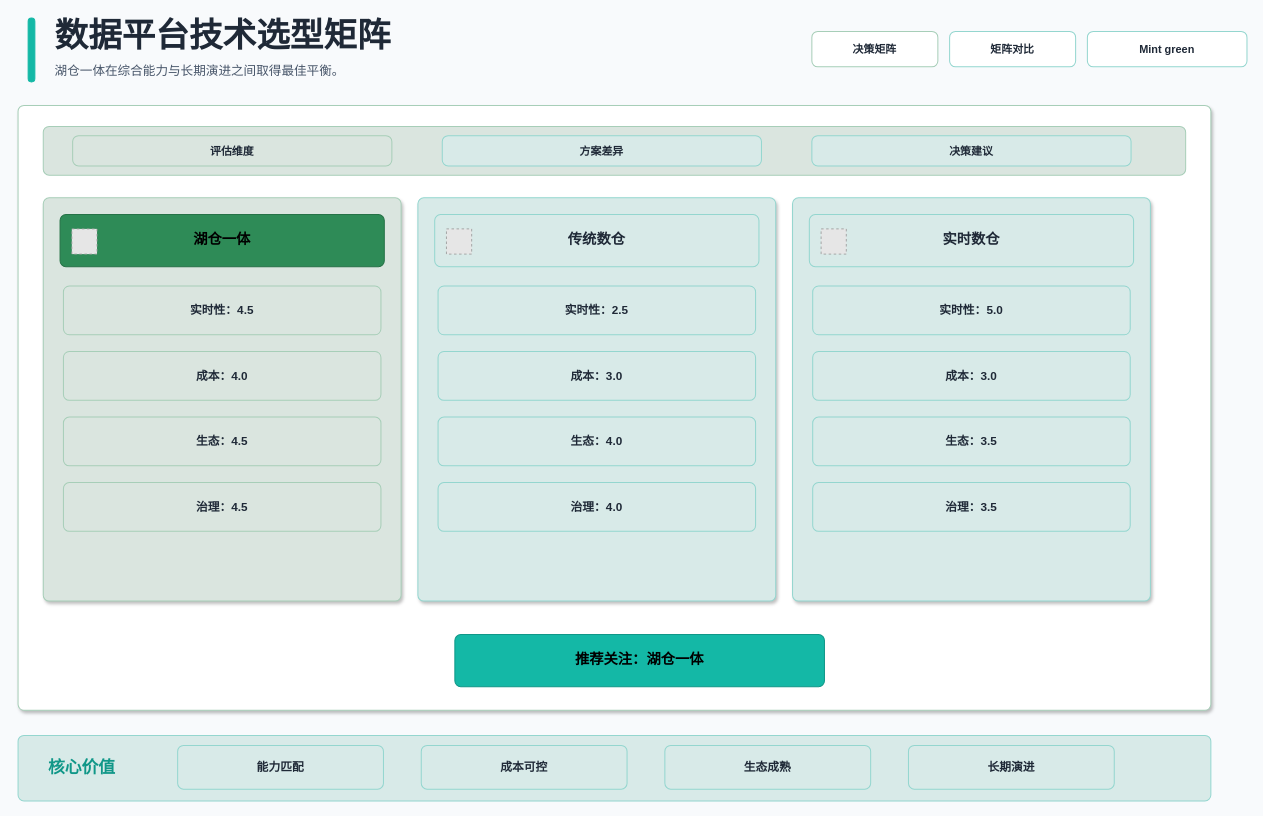
BeWaterMyFriend7/SKILL-PROJECT keeps this draw.io diagram as docs/xml-diagram/drawio/decision-matrix-mint-green-light-enterprise.drawio. Above is the earlier version. Source tidied: cells renumbered, new cells numbered last; positions are measured from the earlier drawing's top-left corner, leaving out a move shared by most shapes. Both pictures are drawn from the tidied source at 84%, with x=0, y=0 at pixel (18, 14). Pictures stored in the file or linked from it are replaced by grey dashed boxes.
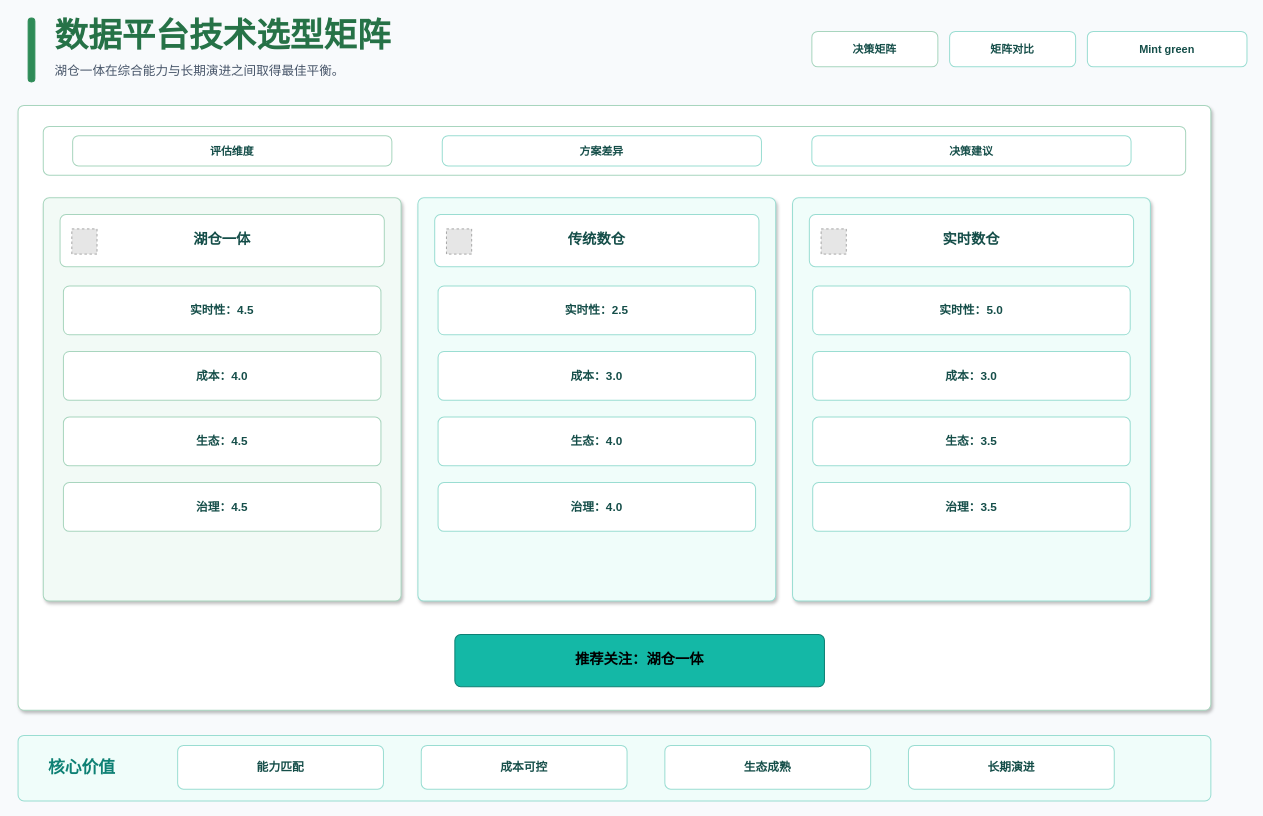
After the change.

The edit, as a diff of the source:
```diff
@@
-    <mxCell id="2" style="rounded=1;absoluteArcSize=1;arcSize=14;whiteSpace=wrap;html=1;fillColor=#14B8A6;strokeColor=#14B8A6;strokeWidth=1.2;fontColor=#000000;fontSize=12;fontFamily=Microsoft YaHei;align=center;verticalAlign=middle;" parent="1" vertex="1">
+    <mxCell id="2" style="rounded=1;absoluteArcSize=1;arcSize=14;whiteSpace=wrap;html=1;fillColor=#2E8B57;strokeColor=#2E8B57;strokeWidth=1.2;fontColor=#000000;fontSize=12;fontFamily=Microsoft YaHei;align=center;verticalAlign=middle;" parent="1" vertex="1">
       <mxGeometry x="12" y="4" width="8" height="76" as="geometry" />
     </mxCell>
-    <mxCell id="3" value="数据平台技术选型矩阵" style="rounded=1;absoluteArcSize=1;arcSize=14;whiteSpace=wrap;html=1;fillColor=none;strokeColor=none;strokeWidth=1.2;fontColor=#1F2937;fontSize=40;fontFamily=Microsoft YaHei;align=left;verticalAlign=middle;fontStyle=1;" parent="1" vertex="1">
+    <mxCell id="3" value="数据平台技术选型矩阵" style="rounded=1;absoluteArcSize=1;arcSize=14;whiteSpace=wrap;html=1;fillColor=none;strokeColor=none;strokeWidth=1.2;fontColor=#267247;fontSize=40;fontFamily=Microsoft YaHei;align=left;verticalAlign=middle;fontStyle=1;" parent="1" vertex="1">
       <mxGeometry x="42" width="760" height="48" as="geometry" />
     </mxCell>
@@
-    <mxCell id="5" value="决策矩阵" style="rounded=1;absoluteArcSize=1;arcSize=14;whiteSpace=wrap;html=1;fillColor=#FFFFFF;strokeColor=#A7CEB8;strokeWidth=1.2;fontColor=#1F2937;fontSize=13;fontFamily=Microsoft YaHei;align=center;verticalAlign=middle;fontStyle=1;" parent="1" vertex="1">
+    <mxCell id="5" value="决策矩阵" style="rounded=1;absoluteArcSize=1;arcSize=14;whiteSpace=wrap;html=1;fillColor=#FFFFFF;strokeColor=#A8D5BE;strokeWidth=1.2;fontColor=#154E49;fontSize=13;fontFamily=Microsoft YaHei;align=center;verticalAlign=middle;fontStyle=1;" parent="1" vertex="1">
       <mxGeometry x="945" y="20" width="150" height="42" as="geometry" />
     </mxCell>
-    <mxCell id="6" value="矩阵对比" style="rounded=1;absoluteArcSize=1;arcSize=14;whiteSpace=wrap;html=1;fillColor=#FFFFFF;strokeColor=#94D6CF;strokeWidth=1.2;fontColor=#1F2937;fontSize=13;fontFamily=Microsoft YaHei;align=center;verticalAlign=middle;fontStyle=1;" parent="1" vertex="1">
+    <mxCell id="6" value="矩阵对比" style="rounded=1;absoluteArcSize=1;arcSize=14;whiteSpace=wrap;html=1;fillColor=#FFFFFF;strokeColor=#9ADDD2;strokeWidth=1.2;fontColor=#154E49;fontSize=13;fontFamily=Microsoft YaHei;align=center;verticalAlign=middle;fontStyle=1;" parent="1" vertex="1">
       <mxGeometry x="1109" y="20" width="150" height="42" as="geometry" />
     </mxCell>
-    <mxCell id="7" value="Mint green" style="rounded=1;absoluteArcSize=1;arcSize=14;whiteSpace=wrap;html=1;fillColor=#FFFFFF;strokeColor=#94D6CF;strokeWidth=1.2;fontColor=#1F2937;fontSize=13;fontFamily=Microsoft YaHei;align=center;verticalAlign=middle;fontStyle=1;" parent="1" vertex="1">
+    <mxCell id="7" value="Mint green" style="rounded=1;absoluteArcSize=1;arcSize=14;whiteSpace=wrap;html=1;fillColor=#FFFFFF;strokeColor=#9ADDD2;strokeWidth=1.2;fontColor=#154E49;fontSize=13;fontFamily=Microsoft YaHei;align=center;verticalAlign=middle;fontStyle=1;" parent="1" vertex="1">
       <mxGeometry x="1273" y="20" width="190" height="42" as="geometry" />
     </mxCell>
-    <mxCell id="8" style="rounded=1;absoluteArcSize=1;arcSize=14;whiteSpace=wrap;html=1;fillColor=#FFFFFF;strokeColor=#A7CEB8;strokeWidth=1.2;fontColor=#1F2937;fontSize=15;fontFamily=Microsoft YaHei;align=center;verticalAlign=middle;shadow=1;" parent="1" vertex="1">
+    <mxCell id="8" style="rounded=1;absoluteArcSize=1;arcSize=14;whiteSpace=wrap;html=1;fillColor=#FFFFFF;strokeColor=#A8D5BE;strokeWidth=1.2;fontColor=#154E49;fontSize=15;fontFamily=Microsoft YaHei;align=center;verticalAlign=middle;shadow=1;" parent="1" vertex="1">
       <mxGeometry y="108" width="1420" height="720" as="geometry" />
     </mxCell>
-    <mxCell id="9" style="rounded=1;absoluteArcSize=1;arcSize=14;whiteSpace=wrap;html=1;fillColor=#DAE5DF;strokeColor=#A7CEB8;strokeWidth=1.2;fontColor=#1F2937;fontSize=15;fontFamily=Microsoft YaHei;align=center;verticalAlign=middle;" parent="1" vertex="1">
+    <mxCell id="9" style="rounded=1;absoluteArcSize=1;arcSize=14;whiteSpace=wrap;html=1;fillColor=#FFFFFF;strokeColor=#A8D5BE;strokeWidth=1.2;fontColor=#154E49;fontSize=15;fontFamily=Microsoft YaHei;align=center;verticalAlign=middle;" parent="1" vertex="1">
       <mxGeometry x="30" y="133" width="1360" height="58" as="geometry" />
     </mxCell>
-    <mxCell id="10" value="&lt;b&gt;评估维度&lt;/b&gt;" style="rounded=1;absoluteArcSize=1;arcSize=14;whiteSpace=wrap;html=1;fillColor=#DAE5DF;strokeColor=#A7CEB8;strokeWidth=1.2;fontColor=#1F2937;fontSize=13;fontFamily=Microsoft YaHei;align=center;verticalAlign=middle;" parent="1" vertex="1">
+    <mxCell id="10" value="&lt;b&gt;评估维度&lt;/b&gt;" style="rounded=1;absoluteArcSize=1;arcSize=14;whiteSpace=wrap;html=1;fillColor=#FFFFFF;strokeColor=#A8D5BE;strokeWidth=1.2;fontColor=#154E49;fontSize=13;fontFamily=Microsoft YaHei;align=center;verticalAlign=middle;" parent="1" vertex="1">
       <mxGeometry x="65" y="144" width="380" height="36" as="geometry" />
     </mxCell>
-    <mxCell id="11" value="&lt;b&gt;方案差异&lt;/b&gt;" style="rounded=1;absoluteArcSize=1;arcSize=14;whiteSpace=wrap;html=1;fillColor=#D8EAE8;strokeColor=#94D6CF;strokeWidth=1.2;fontColor=#1F2937;fontSize=13;fontFamily=Microsoft YaHei;align=center;verticalAlign=middle;" parent="1" vertex="1">
+    <mxCell id="11" value="&lt;b&gt;方案差异&lt;/b&gt;" style="rounded=1;absoluteArcSize=1;arcSize=14;whiteSpace=wrap;html=1;fillColor=#FFFFFF;strokeColor=#9ADDD2;strokeWidth=1.2;fontColor=#154E49;fontSize=13;fontFamily=Microsoft YaHei;align=center;verticalAlign=middle;" parent="1" vertex="1">
       <mxGeometry x="505" y="144" width="380" height="36" as="geometry" />
     </mxCell>
-    <mxCell id="12" value="&lt;b&gt;决策建议&lt;/b&gt;" style="rounded=1;absoluteArcSize=1;arcSize=14;whiteSpace=wrap;html=1;fillColor=#D8EAE8;strokeColor=#94D6CF;strokeWidth=1.2;fontColor=#1F2937;fontSize=13;fontFamily=Microsoft YaHei;align=center;verticalAlign=middle;" parent="1" vertex="1">
+    <mxCell id="12" value="&lt;b&gt;决策建议&lt;/b&gt;" style="rounded=1;absoluteArcSize=1;arcSize=14;whiteSpace=wrap;html=1;fillColor=#FFFFFF;strokeColor=#9ADDD2;strokeWidth=1.2;fontColor=#154E49;fontSize=13;fontFamily=Microsoft YaHei;align=center;verticalAlign=middle;" parent="1" vertex="1">
       <mxGeometry x="945" y="144" width="380" height="36" as="geometry" />
     </mxCell>
-    <mxCell id="13" style="rounded=1;absoluteArcSize=1;arcSize=14;whiteSpace=wrap;html=1;fillColor=#D8EAE8;strokeColor=#94D6CF;strokeWidth=1.2;fontColor=#1F2937;fontSize=15;fontFamily=Microsoft YaHei;align=center;verticalAlign=middle;" parent="1" vertex="1">
+    <mxCell id="13" style="rounded=1;absoluteArcSize=1;arcSize=14;whiteSpace=wrap;html=1;fillColor=#F0FDFA;strokeColor=#9ADDD2;strokeWidth=1.2;fontColor=#154E49;fontSize=15;fontFamily=Microsoft YaHei;align=center;verticalAlign=middle;" parent="1" vertex="1">
       <mxGeometry y="858" width="1420" height="78" as="geometry" />
     </mxCell>
-    <mxCell id="14" value="&lt;b&gt;能力匹配&lt;/b&gt;" style="rounded=1;absoluteArcSize=1;arcSize=14;whiteSpace=wrap;html=1;fillColor=#D8EAE8;strokeColor=#94D6CF;strokeWidth=1.2;fontColor=#1F2937;fontSize=14;fontFamily=Microsoft YaHei;align=center;verticalAlign=middle;" parent="1" vertex="1">
+    <mxCell id="14" value="&lt;b&gt;能力匹配&lt;/b&gt;" style="rounded=1;absoluteArcSize=1;arcSize=14;whiteSpace=wrap;html=1;fillColor=#FFFFFF;strokeColor=#9ADDD2;strokeWidth=1.2;fontColor=#154E49;fontSize=14;fontFamily=Microsoft YaHei;align=center;verticalAlign=middle;" parent="1" vertex="1">
       <mxGeometry x="190" y="870" width="245" height="52" as="geometry" />
     </mxCell>
-    <mxCell id="15" value="&lt;b&gt;成本可控&lt;/b&gt;" style="rounded=1;absoluteArcSize=1;arcSize=14;whiteSpace=wrap;html=1;fillColor=#D8EAE8;strokeColor=#94D6CF;strokeWidth=1.2;fontColor=#1F2937;fontSize=14;fontFamily=Microsoft YaHei;align=center;verticalAlign=middle;" parent="1" vertex="1">
+    <mxCell id="15" value="&lt;b&gt;成本可控&lt;/b&gt;" style="rounded=1;absoluteArcSize=1;arcSize=14;whiteSpace=wrap;html=1;fillColor=#FFFFFF;strokeColor=#9ADDD2;strokeWidth=1.2;fontColor=#154E49;fontSize=14;fontFamily=Microsoft YaHei;align=center;verticalAlign=middle;" parent="1" vertex="1">
       <mxGeometry x="480" y="870" width="245" height="52" as="geometry" />
     </mxCell>
-    <mxCell id="16" value="&lt;b&gt;生态成熟&lt;/b&gt;" style="rounded=1;absoluteArcSize=1;arcSize=14;whiteSpace=wrap;html=1;fillColor=#D8EAE8;strokeColor=#94D6CF;strokeWidth=1.2;fontColor=#1F2937;fontSize=14;fontFamily=Microsoft YaHei;align=center;verticalAlign=middle;" parent="1" vertex="1">
+    <mxCell id="16" value="&lt;b&gt;生态成熟&lt;/b&gt;" style="rounded=1;absoluteArcSize=1;arcSize=14;whiteSpace=wrap;html=1;fillColor=#FFFFFF;strokeColor=#9ADDD2;strokeWidth=1.2;fontColor=#154E49;fontSize=14;fontFamily=Microsoft YaHei;align=center;verticalAlign=middle;" parent="1" vertex="1">
       <mxGeometry x="770" y="870" width="245" height="52" as="geometry" />
     </mxCell>
-    <mxCell id="17" value="&lt;b&gt;长期演进&lt;/b&gt;" style="rounded=1;absoluteArcSize=1;arcSize=14;whiteSpace=wrap;html=1;fillColor=#D8EAE8;strokeColor=#94D6CF;strokeWidth=1.2;fontColor=#1F2937;fontSize=14;fontFamily=Microsoft YaHei;align=center;verticalAlign=middle;" parent="1" vertex="1">
+    <mxCell id="17" value="&lt;b&gt;长期演进&lt;/b&gt;" style="rounded=1;absoluteArcSize=1;arcSize=14;whiteSpace=wrap;html=1;fillColor=#FFFFFF;strokeColor=#9ADDD2;strokeWidth=1.2;fontColor=#154E49;fontSize=14;fontFamily=Microsoft YaHei;align=center;verticalAlign=middle;" parent="1" vertex="1">
       <mxGeometry x="1060" y="870" width="245" height="52" as="geometry" />
     </mxCell>
-    <mxCell id="18" style="rounded=1;absoluteArcSize=1;arcSize=14;whiteSpace=wrap;html=1;fillColor=#DAE5DF;strokeColor=#A7CEB8;strokeWidth=1.2;fontColor=#1F2937;fontSize=15;fontFamily=Microsoft YaHei;align=center;verticalAlign=middle;shadow=1;" parent="1" vertex="1">
+    <mxCell id="18" style="rounded=1;absoluteArcSize=1;arcSize=14;whiteSpace=wrap;html=1;fillColor=#F2FAF6;strokeColor=#A8D5BE;strokeWidth=1.2;fontColor=#154E49;fontSize=15;fontFamily=Microsoft YaHei;align=center;verticalAlign=middle;shadow=1;" parent="1" vertex="1">
       <mxGeometry x="30" y="218" width="426" height="480" as="geometry" />
     </mxCell>
-    <mxCell id="19" value="&lt;b&gt;湖仓一体&lt;/b&gt;" style="rounded=1;absoluteArcSize=1;arcSize=14;whiteSpace=wrap;html=1;fillColor=#2E8B57;strokeColor=#267247;strokeWidth=1.2;fontColor=#000000;fontSize=17;fontFamily=Microsoft YaHei;align=center;verticalAlign=middle;" parent="1" vertex="1">
+    <mxCell id="19" value="&lt;b&gt;湖仓一体&lt;/b&gt;" style="rounded=1;absoluteArcSize=1;arcSize=14;whiteSpace=wrap;html=1;fillColor=#FFFFFF;strokeColor=#A8D5BE;strokeWidth=1.2;fontColor=#154E49;fontSize=17;fontFamily=Microsoft YaHei;align=center;verticalAlign=middle;" parent="1" vertex="1">
       <mxGeometry x="50" y="238" width="386" height="62" as="geometry" />
     </mxCell>
-    <mxCell id="20" value="&lt;b&gt;实时性：4.5&lt;/b&gt;" style="rounded=1;absoluteArcSize=1;arcSize=14;whiteSpace=wrap;html=1;fillColor=#DAE5DF;strokeColor=#A7CEB8;strokeWidth=1.2;fontColor=#1F2937;fontSize=14;fontFamily=Microsoft YaHei;align=center;verticalAlign=middle;" parent="1" vertex="1">
+    <mxCell id="20" value="&lt;b&gt;实时性：4.5&lt;/b&gt;" style="rounded=1;absoluteArcSize=1;arcSize=14;whiteSpace=wrap;html=1;fillColor=#FFFFFF;strokeColor=#A8D5BE;strokeWidth=1.2;fontColor=#154E49;fontSize=14;fontFamily=Microsoft YaHei;align=center;verticalAlign=middle;" parent="1" vertex="1">
       <mxGeometry x="54" y="323" width="378" height="58" as="geometry" />
     </mxCell>
-    <mxCell id="21" value="&lt;b&gt;成本：4.0&lt;/b&gt;" style="rounded=1;absoluteArcSize=1;arcSize=14;whiteSpace=wrap;html=1;fillColor=#DAE5DF;strokeColor=#A7CEB8;strokeWidth=1.2;fontColor=#1F2937;fontSize=14;fontFamily=Microsoft YaHei;align=center;verticalAlign=middle;" parent="1" vertex="1">
+    <mxCell id="21" value="&lt;b&gt;成本：4.0&lt;/b&gt;" style="rounded=1;absoluteArcSize=1;arcSize=14;whiteSpace=wrap;html=1;fillColor=#FFFFFF;strokeColor=#A8D5BE;strokeWidth=1.2;fontColor=#154E49;fontSize=14;fontFamily=Microsoft YaHei;align=center;verticalAlign=middle;" parent="1" vertex="1">
       <mxGeometry x="54" y="401" width="378" height="58" as="geometry" />
     </mxCell>
-    <mxCell id="22" value="&lt;b&gt;生态：4.5&lt;/b&gt;" style="rounded=1;absoluteArcSize=1;arcSize=14;whiteSpace=wrap;html=1;fillColor=#DAE5DF;strokeColor=#A7CEB8;strokeWidth=1.2;fontColor=#1F2937;fontSize=14;fontFamily=Microsoft YaHei;align=center;verticalAlign=middle;" parent="1" vertex="1">
+    <mxCell id="22" value="&lt;b&gt;生态：4.5&lt;/b&gt;" style="rounded=1;absoluteArcSize=1;arcSize=14;whiteSpace=wrap;html=1;fillColor=#FFFFFF;strokeColor=#A8D5BE;strokeWidth=1.2;fontColor=#154E49;fontSize=14;fontFamily=Microsoft YaHei;align=center;verticalAlign=middle;" parent="1" vertex="1">
       <mxGeometry x="54" y="479" width="378" height="58" as="geometry" />
     </mxCell>
-    <mxCell id="23" value="&lt;b&gt;治理：4.5&lt;/b&gt;" style="rounded=1;absoluteArcSize=1;arcSize=14;whiteSpace=wrap;html=1;fillColor=#DAE5DF;strokeColor=#A7CEB8;strokeWidth=1.2;fontColor=#1F2937;fontSize=14;fontFamily=Microsoft YaHei;align=center;verticalAlign=middle;" parent="1" vertex="1">
+    <mxCell id="23" value="&lt;b&gt;治理：4.5&lt;/b&gt;" style="rounded=1;absoluteArcSize=1;arcSize=14;whiteSpace=wrap;html=1;fillColor=#FFFFFF;strokeColor=#A8D5BE;strokeWidth=1.2;fontColor=#154E49;fontSize=14;fontFamily=Microsoft YaHei;align=center;verticalAlign=middle;" parent="1" vertex="1">
       <mxGeometry x="54" y="557" width="378" height="58" as="geometry" />
     </mxCell>
-    <mxCell id="24" style="rounded=1;absoluteArcSize=1;arcSize=14;whiteSpace=wrap;html=1;fillColor=#D8EAE8;strokeColor=#94D6CF;strokeWidth=1.2;fontColor=#1F2937;fontSize=15;fontFamily=Microsoft YaHei;align=center;verticalAlign=middle;shadow=1;" parent="1" vertex="1">
+    <mxCell id="24" style="rounded=1;absoluteArcSize=1;arcSize=14;whiteSpace=wrap;html=1;fillColor=#F0FDFA;strokeColor=#9ADDD2;strokeWidth=1.2;fontColor=#154E49;fontSize=15;fontFamily=Microsoft YaHei;align=center;verticalAlign=middle;shadow=1;" parent="1" vertex="1">
       <mxGeometry x="476" y="218" width="426" height="480" as="geometry" />
     </mxCell>
-    <mxCell id="25" value="&lt;b&gt;传统数仓&lt;/b&gt;" style="rounded=1;absoluteArcSize=1;arcSize=14;whiteSpace=wrap;html=1;fillColor=#D8EAE8;strokeColor=#94D6CF;strokeWidth=1.2;fontColor=#1F2937;fontSize=17;fontFamily=Microsoft YaHei;align=center;verticalAlign=middle;" parent="1" vertex="1">
+    <mxCell id="25" value="&lt;b&gt;传统数仓&lt;/b&gt;" style="rounded=1;absoluteArcSize=1;arcSize=14;whiteSpace=wrap;html=1;fillColor=#FFFFFF;strokeColor=#9ADDD2;strokeWidth=1.2;fontColor=#154E49;fontSize=17;fontFamily=Microsoft YaHei;align=center;verticalAlign=middle;" parent="1" vertex="1">
       <mxGeometry x="496" y="238" width="386" height="62" as="geometry" />
     </mxCell>
-    <mxCell id="26" value="&lt;b&gt;实时性：2.5&lt;/b&gt;" style="rounded=1;absoluteArcSize=1;arcSize=14;whiteSpace=wrap;html=1;fillColor=#D8EAE8;strokeColor=#94D6CF;strokeWidth=1.2;fontColor=#1F2937;fontSize=14;fontFamily=Microsoft YaHei;align=center;verticalAlign=middle;" parent="1" vertex="1">
+    <mxCell id="26" value="&lt;b&gt;实时性：2.5&lt;/b&gt;" style="rounded=1;absoluteArcSize=1;arcSize=14;whiteSpace=wrap;html=1;fillColor=#FFFFFF;strokeColor=#9ADDD2;strokeWidth=1.2;fontColor=#154E49;fontSize=14;fontFamily=Microsoft YaHei;align=center;verticalAlign=middle;" parent="1" vertex="1">
       <mxGeometry x="500" y="323" width="378" height="58" as="geometry" />
     </mxCell>
-    <mxCell id="27" value="&lt;b&gt;成本：3.0&lt;/b&gt;" style="rounded=1;absoluteArcSize=1;arcSize=14;whiteSpace=wrap;html=1;fillColor=#D8EAE8;strokeColor=#94D6CF;strokeWidth=1.2;fontColor=#1F2937;fontSize=14;fontFamily=Microsoft YaHei;align=center;verticalAlign=middle;" parent="1" vertex="1">
+    <mxCell id="27" value="&lt;b&gt;成本：3.0&lt;/b&gt;" style="rounded=1;absoluteArcSize=1;arcSize=14;whiteSpace=wrap;html=1;fillColor=#FFFFFF;strokeColor=#9ADDD2;strokeWidth=1.2;fontColor=#154E49;fontSize=14;fontFamily=Microsoft YaHei;align=center;verticalAlign=middle;" parent="1" vertex="1">
       <mxGeometry x="500" y="401" width="378" height="58" as="geometry" />
     </mxCell>
-    <mxCell id="28" value="&lt;b&gt;生态：4.0&lt;/b&gt;" style="rounded=1;absoluteArcSize=1;arcSize=14;whiteSpace=wrap;html=1;fillColor=#D8EAE8;strokeColor=#94D6CF;strokeWidth=1.2;fontColor=#1F2937;fontSize=14;fontFamily=Microsoft YaHei;align=center;verticalAlign=middle;" parent="1" vertex="1">
+    <mxCell id="28" value="&lt;b&gt;生态：4.0&lt;/b&gt;" style="rounded=1;absoluteArcSize=1;arcSize=14;whiteSpace=wrap;html=1;fillColor=#FFFFFF;strokeColor=#9ADDD2;strokeWidth=1.2;fontColor=#154E49;fontSize=14;fontFamily=Microsoft YaHei;align=center;verticalAlign=middle;" parent="1" vertex="1">
       <mxGeometry x="500" y="479" width="378" height="58" as="geometry" />
     </mxCell>
-    <mxCell id="29" value="&lt;b&gt;治理：4.0&lt;/b&gt;" style="rounded=1;absoluteArcSize=1;arcSize=14;whiteSpace=wrap;html=1;fillColor=#D8EAE8;strokeColor=#94D6CF;strokeWidth=1.2;fontColor=#1F2937;fontSize=14;fontFamily=Microsoft YaHei;align=center;verticalAlign=middle;" parent="1" vertex="1">
+    <mxCell id="29" value="&lt;b&gt;治理：4.0&lt;/b&gt;" style="rounded=1;absoluteArcSize=1;arcSize=14;whiteSpace=wrap;html=1;fillColor=#FFFFFF;strokeColor=#9ADDD2;strokeWidth=1.2;fontColor=#154E49;fontSize=14;fontFamily=Microsoft YaHei;align=center;verticalAlign=middle;" parent="1" vertex="1">
       <mxGeometry x="500" y="557" width="378" height="58" as="geometry" />
     </mxCell>
-    <mxCell id="30" style="rounded=1;absoluteArcSize=1;arcSize=14;whiteSpace=wrap;html=1;fillColor=#D8EAE8;strokeColor=#94D6CF;strokeWidth=1.2;fontColor=#1F2937;fontSize=15;fontFamily=Microsoft YaHei;align=center;verticalAlign=middle;shadow=1;" parent="1" vertex="1">
+    <mxCell id="30" style="rounded=1;absoluteArcSize=1;arcSize=14;whiteSpace=wrap;html=1;fillColor=#F0FDFA;strokeColor=#9ADDD2;strokeWidth=1.2;fontColor=#154E49;fontSize=15;fontFamily=Microsoft YaHei;align=center;verticalAlign=middle;shadow=1;" parent="1" vertex="1">
       <mxGeometry x="922" y="218" width="426" height="480" as="geometry" />
     </mxCell>
-    <mxCell id="31" value="&lt;b&gt;实时数仓&lt;/b&gt;" style="rounded=1;absoluteArcSize=1;arcSize=14;whiteSpace=wrap;html=1;fillColor=#D8EAE8;strokeColor=#94D6CF;strokeWidth=1.2;fontColor=#1F2937;fontSize=17;fontFamily=Microsoft YaHei;align=center;verticalAlign=middle;" parent="1" vertex="1">
+    <mxCell id="31" value="&lt;b&gt;实时数仓&lt;/b&gt;" style="rounded=1;absoluteArcSize=1;arcSize=14;whiteSpace=wrap;html=1;fillColor=#FFFFFF;strokeColor=#9ADDD2;strokeWidth=1.2;fontColor=#154E49;fontSize=17;fontFamily=Microsoft YaHei;align=center;verticalAlign=middle;" parent="1" vertex="1">
       <mxGeometry x="942" y="238" width="386" height="62" as="geometry" />
     </mxCell>
-    <mxCell id="32" value="&lt;b&gt;实时性：5.0&lt;/b&gt;" style="rounded=1;absoluteArcSize=1;arcSize=14;whiteSpace=wrap;html=1;fillColor=#D8EAE8;strokeColor=#94D6CF;strokeWidth=1.2;fontColor=#1F2937;fontSize=14;fontFamily=Microsoft YaHei;align=center;verticalAlign=middle;" parent="1" vertex="1">
+    <mxCell id="32" value="&lt;b&gt;实时性：5.0&lt;/b&gt;" style="rounded=1;absoluteArcSize=1;arcSize=14;whiteSpace=wrap;html=1;fillColor=#FFFFFF;strokeColor=#9ADDD2;strokeWidth=1.2;fontColor=#154E49;fontSize=14;fontFamily=Microsoft YaHei;align=center;verticalAlign=middle;" parent="1" vertex="1">
       <mxGeometry x="946" y="323" width="378" height="58" as="geometry" />
     </mxCell>
-    <mxCell id="33" value="&lt;b&gt;成本：3.0&lt;/b&gt;" style="rounded=1;absoluteArcSize=1;arcSize=14;whiteSpace=wrap;html=1;fillColor=#D8EAE8;strokeColor=#94D6CF;strokeWidth=1.2;fontColor=#1F2937;fontSize=14;fontFamily=Microsoft YaHei;align=center;verticalAlign=middle;" parent="1" vertex="1">
+    <mxCell id="33" value="&lt;b&gt;成本：3.0&lt;/b&gt;" style="rounded=1;absoluteArcSize=1;arcSize=14;whiteSpace=wrap;html=1;fillColor=#FFFFFF;strokeColor=#9ADDD2;strokeWidth=1.2;fontColor=#154E49;fontSize=14;fontFamily=Microsoft YaHei;align=center;verticalAlign=middle;" parent="1" vertex="1">
       <mxGeometry x="946" y="401" width="378" height="58" as="geometry" />
     </mxCell>
-    <mxCell id="34" value="&lt;b&gt;生态：3.5&lt;/b&gt;" style="rounded=1;absoluteArcSize=1;arcSize=14;whiteSpace=wrap;html=1;fillColor=#D8EAE8;strokeColor=#94D6CF;strokeWidth=1.2;fontColor=#1F2937;fontSize=14;fontFamily=Microsoft YaHei;align=center;verticalAlign=middle;" parent="1" vertex="1">
+    <mxCell id="34" value="&lt;b&gt;生态：3.5&lt;/b&gt;" style="rounded=1;absoluteArcSize=1;arcSize=14;whiteSpace=wrap;html=1;fillColor=#FFFFFF;strokeColor=#9ADDD2;strokeWidth=1.2;fontColor=#154E49;fontSize=14;fontFamily=Microsoft YaHei;align=center;verticalAlign=middle;" parent="1" vertex="1">
       <mxGeometry x="946" y="479" width="378" height="58" as="geometry" />
     </mxCell>
-    <mxCell id="35" value="&lt;b&gt;治理：3.5&lt;/b&gt;" style="rounded=1;absoluteArcSize=1;arcSize=14;whiteSpace=wrap;html=1;fillColor=#D8EAE8;strokeColor=#94D6CF;strokeWidth=1.2;fontColor=#1F2937;fontSize=14;fontFamily=Microsoft YaHei;align=center;verticalAlign=middle;" parent="1" vertex="1">
+    <mxCell id="35" value="&lt;b&gt;治理：3.5&lt;/b&gt;" style="rounded=1;absoluteArcSize=1;arcSize=14;whiteSpace=wrap;html=1;fillColor=#FFFFFF;strokeColor=#9ADDD2;strokeWidth=1.2;fontColor=#154E49;fontSize=14;fontFamily=Microsoft YaHei;align=center;verticalAlign=middle;" parent="1" vertex="1">
       <mxGeometry x="946" y="557" width="378" height="58" as="geometry" />
     </mxCell>
-    <mxCell id="36" value="&lt;b&gt;推荐关注：湖仓一体&lt;/b&gt;" style="rounded=1;absoluteArcSize=1;arcSize=14;whiteSpace=wrap;html=1;fillColor=#14B8A6;strokeColor=#109788;strokeWidth=1.2;fontColor=#000000;fontSize=17;fontFamily=Microsoft YaHei;align=center;verticalAlign=middle;" parent="1" vertex="1">
+    <mxCell id="36" value="&lt;b&gt;推荐关注：湖仓一体&lt;/b&gt;" style="rounded=1;absoluteArcSize=1;arcSize=14;whiteSpace=wrap;html=1;fillColor=#14B8A6;strokeColor=#0E8074;strokeWidth=1.2;fontColor=#000000;fontSize=17;fontFamily=Microsoft YaHei;align=center;verticalAlign=middle;" parent="1" vertex="1">
       <mxGeometry x="520" y="738" width="440" height="62" as="geometry" />
     </mxCell>
-    <mxCell id="37" value="核心价值" style="rounded=1;absoluteArcSize=1;arcSize=14;whiteSpace=wrap;html=1;fillColor=none;strokeColor=none;strokeWidth=1.2;fontColor=#109788;fontSize=20;fontFamily=Microsoft YaHei;align=left;verticalAlign=middle;fontStyle=1;" parent="1" vertex="1">
+    <mxCell id="37" value="核心价值" style="rounded=1;absoluteArcSize=1;arcSize=14;whiteSpace=wrap;html=1;fillColor=none;strokeColor=none;strokeWidth=1.2;fontColor=#0E8074;fontSize=20;fontFamily=Microsoft YaHei;align=left;verticalAlign=middle;fontStyle=1;" parent="1" vertex="1">
       <mxGeometry x="34" y="874" width="130" height="42" as="geometry" />
     </mxCell>
```
